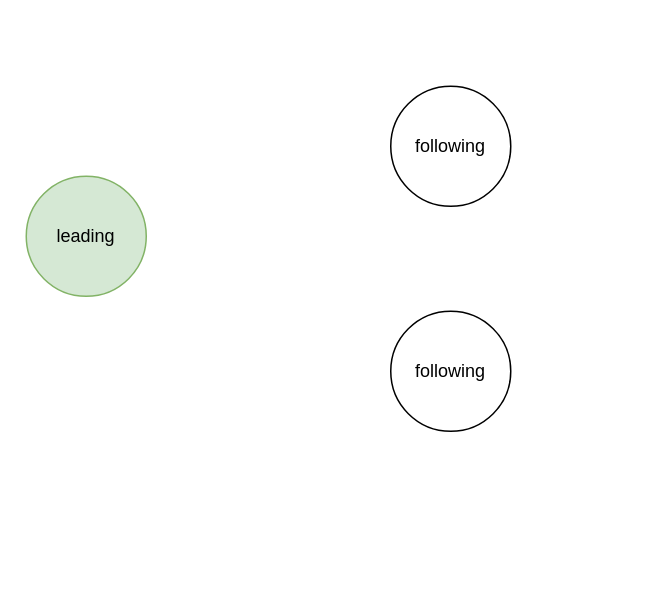
bluefantasy2014/draw.io keeps this draw.io diagram as ZK_master选择算法.drawio. Above is the earlier version. Source tidied: cells renumbered, new cells numbered last; positions are measured from the earlier drawing's top-left corner, leaving out a move shared by most shapes. Both pictures are drawn from the tidied source at 150%, with x=0, y=0 at pixel (26, 86).
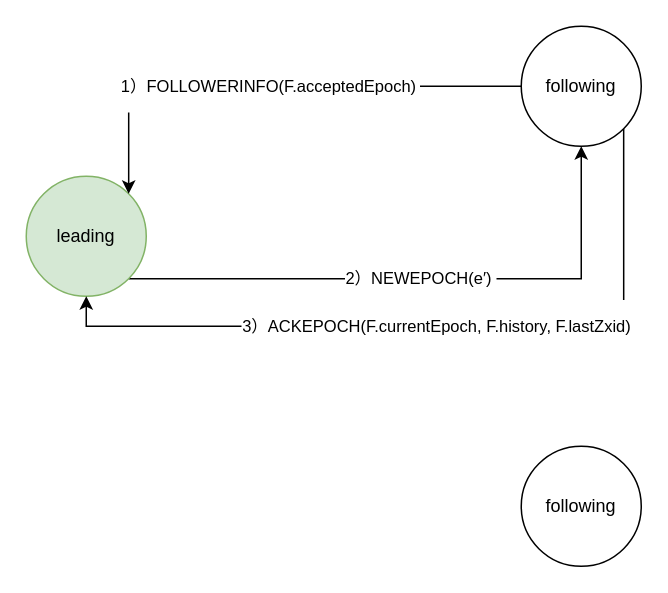
The same diagram, later.

Change to the diagram source:
```diff
@@
 <mxGraphModel>
   <root>
     <mxCell id="0" />
     <mxCell id="1" parent="0" />
+    <mxCell id="5" value="&lt;div title=&quot;Page 6&quot;&gt;&lt;div&gt;&lt;div&gt;&lt;div&gt;&lt;p&gt;&lt;span&gt;2）NEWEPOCH(&lt;/span&gt;&lt;span&gt;e&lt;/span&gt;&lt;span&gt;′&lt;/span&gt;&lt;span&gt;)&amp;nbsp;&lt;/span&gt;&lt;/p&gt;&lt;/div&gt;&lt;/div&gt;&lt;/div&gt;&lt;/div&gt;" style="edgeStyle=orthogonalEdgeStyle;rounded=0;jettySize=auto;html=1;exitX=1;exitY=1;exitDx=0;exitDy=0;entryX=0.5;entryY=1;entryDx=0;entryDy=0;" parent="1" edge="1" source="2" target="3">
+      <mxGeometry relative="1" as="geometry" />
+    </mxCell>
     <mxCell id="2" value="leading" style="ellipse;whiteSpace=wrap;html=1;fillColor=#d5e8d4;strokeColor=#82b366;" parent="1" vertex="1">
       <mxGeometry y="60" width="80" height="80" as="geometry" />
     </mxCell>
+    <mxCell id="6" value="&lt;div title=&quot;Page 6&quot;&gt;&lt;div&gt;&lt;div&gt;&lt;div&gt;&lt;p&gt;&lt;span&gt;1）FOLLOWERINFO(&lt;/span&gt;&lt;span&gt;F.&lt;/span&gt;&lt;span&gt;acceptedEpoch&lt;/span&gt;&lt;span&gt;)&amp;nbsp;&lt;/span&gt;&lt;/p&gt;&lt;/div&gt;&lt;/div&gt;&lt;/div&gt;&lt;/div&gt;" style="edgeStyle=orthogonalEdgeStyle;rounded=0;jettySize=auto;html=1;exitX=0;exitY=0.5;exitDx=0;exitDy=0;entryX=1;entryY=0;entryDx=0;entryDy=0;" parent="1" edge="1" source="3" target="2">
+      <mxGeometry relative="1" as="geometry" />
+    </mxCell>
+    <mxCell id="7" value="&lt;div title=&quot;Page 6&quot;&gt;&lt;div&gt;&lt;div&gt;&lt;div&gt;&lt;p&gt;&lt;span&gt;3）ACKEPOCH(&lt;/span&gt;&lt;span&gt;F.&lt;/span&gt;&lt;span&gt;currentEpoch&lt;/span&gt;&lt;span&gt;, F.&lt;/span&gt;&lt;span&gt;history&lt;/span&gt;&lt;span&gt;, F.&lt;/span&gt;&lt;span&gt;lastZxid&lt;/span&gt;&lt;span&gt;)&amp;nbsp;&lt;/span&gt;&lt;/p&gt;&lt;/div&gt;&lt;/div&gt;&lt;/div&gt;&lt;/div&gt;" style="edgeStyle=orthogonalEdgeStyle;rounded=0;jettySize=auto;html=1;exitX=1;exitY=1;exitDx=0;exitDy=0;entryX=0.5;entryY=1;entryDx=0;entryDy=0;" parent="1" edge="1" source="3" target="2">
+      <mxGeometry relative="1" as="geometry">
+        <Array as="points">
+          <mxPoint x="398" y="160" />
+          <mxPoint x="40" y="160" />
+        </Array>
+      </mxGeometry>
+    </mxCell>
     <mxCell id="3" value="following" style="ellipse;whiteSpace=wrap;html=1;" parent="1" vertex="1">
-      <mxGeometry x="243" width="80" height="80" as="geometry" />
+      <mxGeometry x="330" y="-40" width="80" height="80" as="geometry" />
     </mxCell>
     <mxCell id="4" value="following" style="ellipse;whiteSpace=wrap;html=1;" parent="1" vertex="1">
-      <mxGeometry x="243" y="150" width="80" height="80" as="geometry" />
+      <mxGeometry x="330" y="240" width="80" height="80" as="geometry" />
     </mxCell>
   </root>
 </mxGraphModel>
```
